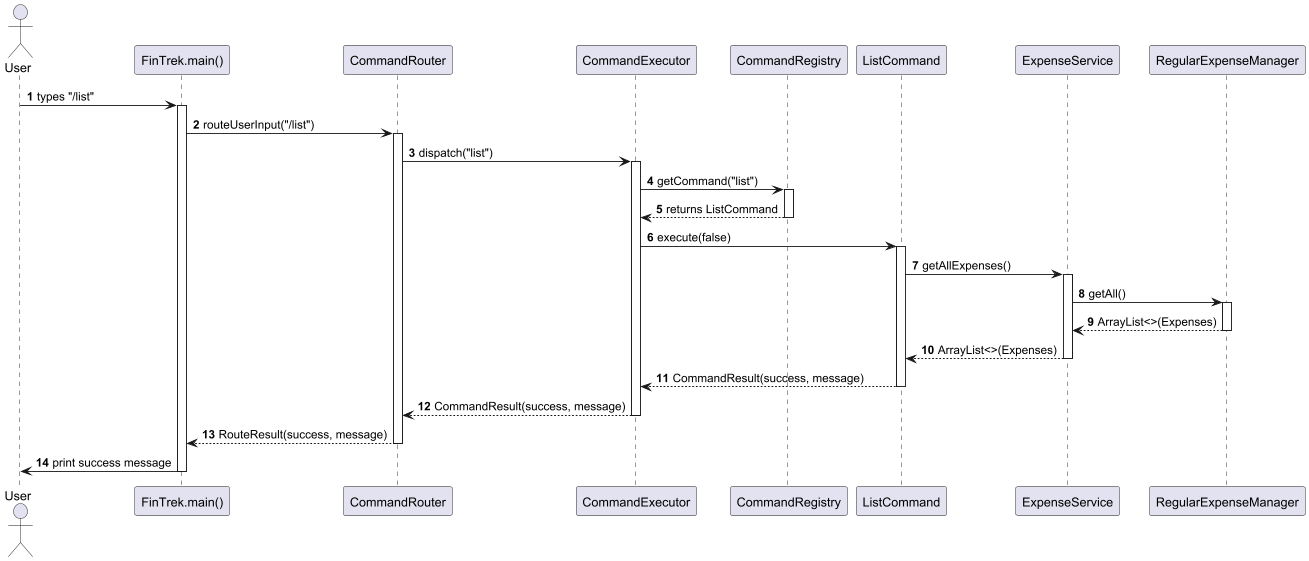
Above: docs/images/list.png in randust/tp (PlantUML), before the change. The source it was exported from:
```plantuml
@startuml

autonumber
actor User
participant "FinTrek.main()" as FinTrek
participant "CommandRouter" as Router
participant "CommandExecutor" as Executor
participant "CommandRegistry" as Registry
participant "ListCommand" as ListCmd
participant "ExpenseService" as ExpenseSvc
participant "RegularExpenseManager" as RegExpMgr

User -> FinTrek : types "/list"
activate FinTrek

FinTrek -> Router : routeUserInput("/list")
activate Router

Router -> Executor : dispatch("list")
activate Executor

Executor -> Registry : getCommand("list")
activate Registry

Registry --> Executor : returns ListCommand
deactivate Registry

Executor -> ListCmd : execute(false)
activate ListCmd

ListCmd -> ExpenseSvc : getAllExpenses()
activate ExpenseSvc

ExpenseSvc -> RegExpMgr : getAll()
activate RegExpMgr

RegExpMgr --> ExpenseSvc : ArrayList<>(Expenses)
deactivate RegExpMgr

ExpenseSvc --> ListCmd : ArrayList<>(Expenses)
deactivate ExpenseSvc

ListCmd --> Executor : CommandResult(success, message)
deactivate ListCmd

Executor --> Router : CommandResult(success, message)
deactivate Executor

Router --> FinTrek : RouteResult(success, message)
deactivate Router

FinTrek -> User : print success message
deactivate FinTrek

@enduml
```
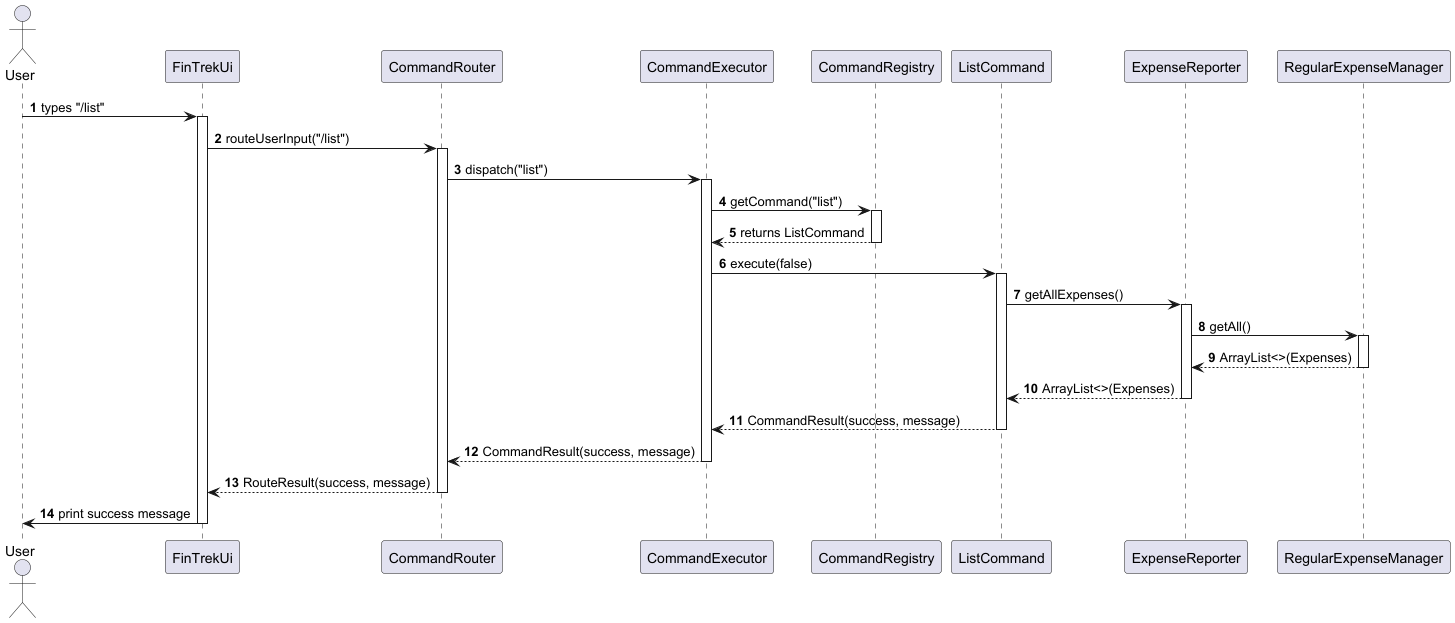
Later version of the same file.

What changed in the source:
```diff
@@ -2,12 +2,12 @@
 
 autonumber
 actor User
-participant "FinTrek.main()" as FinTrek
+participant "FinTrekUi" as FinTrek
 participant "CommandRouter" as Router
 participant "CommandExecutor" as Executor
 participant "CommandRegistry" as Registry
 participant "ListCommand" as ListCmd
-participant "ExpenseService" as ExpenseSvc
+participant "ExpenseReporter" as ExpenseSvc
 participant "RegularExpenseManager" as RegExpMgr
 
 User -> FinTrek : types "/list"
```
